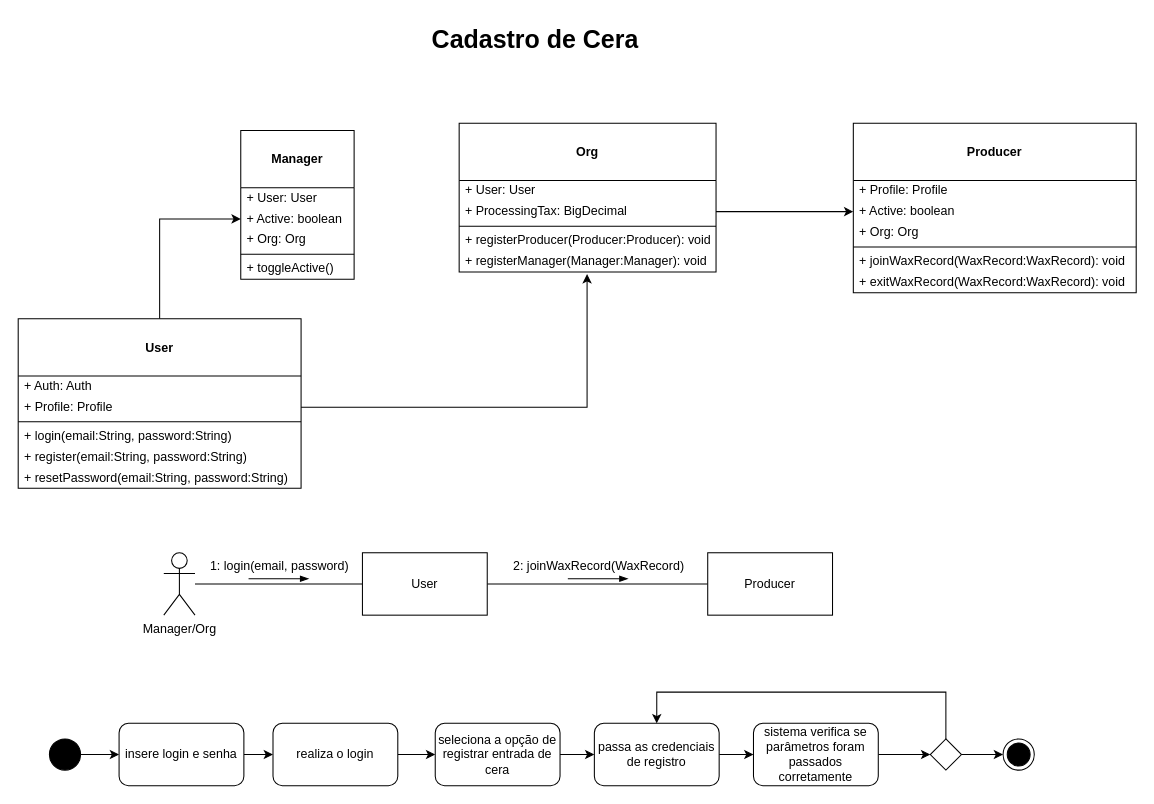
Earlier version of the draw.io diagram Diagrama sem nome.drawio (karolineSaraiva/Atividade-POO). Source tidied: cells renumbered, new cells numbered last; positions are measured from the earlier drawing's top-left corner, leaving out a move shared by most shapes. Both pictures are drawn from the tidied source at 104%, with x=0, y=0 at pixel (18, 18).
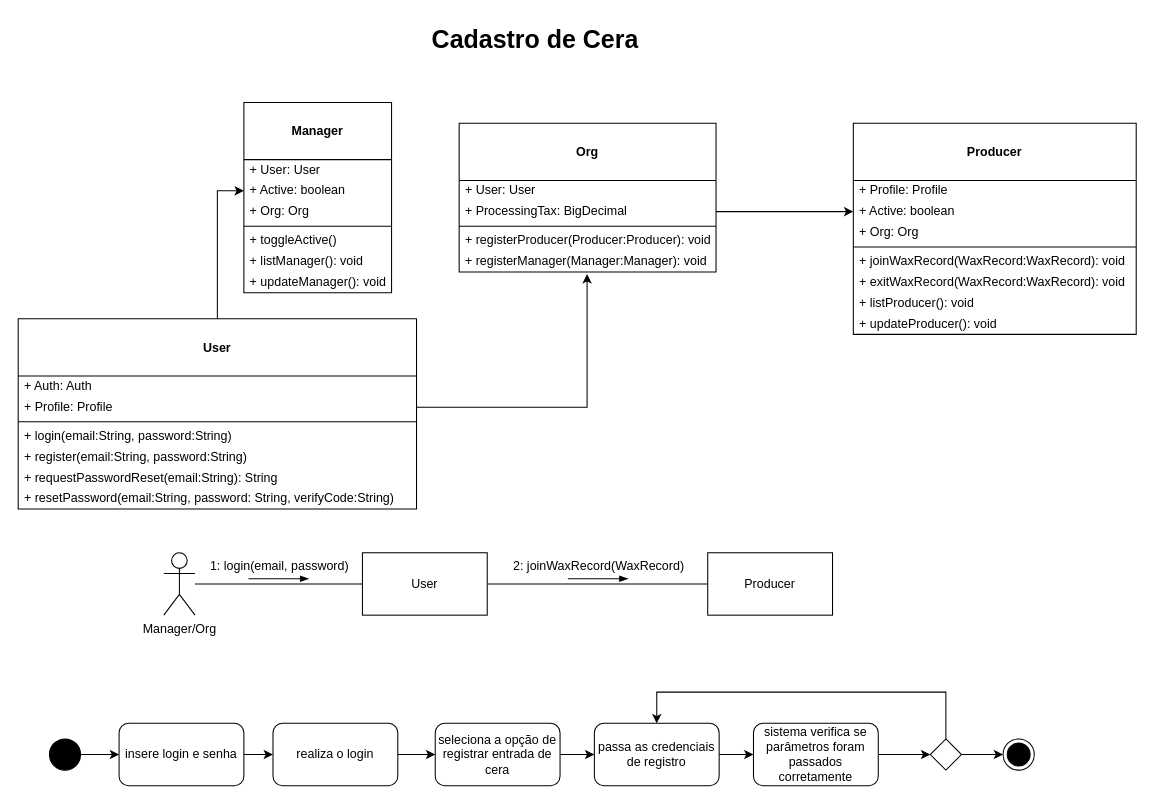
After the change.

The edit, as a diff of the source:
```diff
@@
     <mxCell id="29" value="&lt;br&gt;&lt;b&gt;User&lt;/b&gt;" style="swimlane;fontStyle=0;align=center;verticalAlign=top;horizontal=1;startSize=55;html=1;whiteSpace=wrap;" parent="1" vertex="1">
-      <mxGeometry y="289" width="272" height="163" as="geometry" />
+      <mxGeometry y="289" width="383" height="183" as="geometry" />
     </mxCell>
     <mxCell id="30" value="+ Auth: Auth" style="text;html=1;strokeColor=none;fillColor=none;align=left;verticalAlign=middle;spacingLeft=4;spacingRight=4;overflow=hidden;whiteSpace=wrap;" parent="29" vertex="1">
-      <mxGeometry y="55" width="272" height="20" as="geometry" />
+      <mxGeometry y="55" width="383" height="20" as="geometry" />
     </mxCell>
     <mxCell id="31" value="+ Profile: Profile" style="text;html=1;strokeColor=none;fillColor=none;align=left;verticalAlign=middle;spacingLeft=4;spacingRight=4;overflow=hidden;points=[[0,0.5],[1,0.5]];portConstraint=eastwest;whiteSpace=wrap;" parent="29" vertex="1">
-      <mxGeometry y="75" width="272" height="20" as="geometry" />
+      <mxGeometry y="75" width="383" height="20" as="geometry" />
     </mxCell>
     <mxCell id="32" style="line;strokeWidth=1;fillColor=none;align=left;verticalAlign=middle;spacingTop=-1;spacingLeft=3;spacingRight=3;labelPosition=right;" parent="29" vertex="1">
-      <mxGeometry y="95" width="272" height="8" as="geometry" />
+      <mxGeometry y="95" width="383" height="8" as="geometry" />
     </mxCell>
     <mxCell id="33" value="+ login(email:String, password:String)" style="text;html=1;strokeColor=none;fillColor=none;align=left;verticalAlign=middle;spacingLeft=4;spacingRight=4;overflow=hidden;whiteSpace=wrap;" parent="29" vertex="1">
-      <mxGeometry y="103" width="272" height="20" as="geometry" />
+      <mxGeometry y="103" width="383" height="20" as="geometry" />
     </mxCell>
     <mxCell id="34" value="+ register(email:String, password:String)" style="text;html=1;strokeColor=none;fillColor=none;align=left;verticalAlign=middle;spacingLeft=4;spacingRight=4;overflow=hidden;whiteSpace=wrap;" parent="29" vertex="1">
-      <mxGeometry y="123" width="272" height="20" as="geometry" />
+      <mxGeometry y="123" width="383" height="20" as="geometry" />
     </mxCell>
-    <mxCell id="35" value="+ resetPassword(email:String, password:String)" style="text;html=1;strokeColor=none;fillColor=none;align=left;verticalAlign=middle;spacingLeft=4;spacingRight=4;overflow=hidden;whiteSpace=wrap;" parent="29" vertex="1">
-      <mxGeometry y="143" width="272" height="20" as="geometry" />
-    </mxCell>
+    <mxCell id="57" value="+ requestPasswordReset(email:String): String" style="text;html=1;strokeColor=none;fillColor=none;align=left;verticalAlign=middle;spacingLeft=4;spacingRight=4;overflow=hidden;whiteSpace=wrap;" parent="29" vertex="1">
+      <mxGeometry y="143" width="383" height="20" as="geometry" />
+    </mxCell>
+    <mxCell id="58" value="+ resetPassword(email:String, password: String, verifyCode:String)" style="text;html=1;strokeColor=none;fillColor=none;align=left;verticalAlign=middle;spacingLeft=4;spacingRight=4;overflow=hidden;whiteSpace=wrap;" parent="29" vertex="1">
+      <mxGeometry y="163" width="383" height="20" as="geometry" />
+    </mxCell>
     <mxCell id="36" value="&lt;br&gt;&lt;b&gt;Manager&lt;/b&gt;" style="swimlane;fontStyle=0;align=center;verticalAlign=top;horizontal=1;startSize=55;html=1;whiteSpace=wrap;" parent="1" vertex="1">
-      <mxGeometry x="214" y="108" width="109" height="143" as="geometry" />
+      <mxGeometry x="217" y="81" width="142" height="183" as="geometry" />
     </mxCell>
     <mxCell id="37" value="+ User: User" style="text;html=1;strokeColor=none;fillColor=none;align=left;verticalAlign=middle;spacingLeft=4;spacingRight=4;overflow=hidden;whiteSpace=wrap;" parent="36" vertex="1">
-      <mxGeometry y="55" width="109" height="20" as="geometry" />
+      <mxGeometry y="55" width="142" height="20" as="geometry" />
     </mxCell>
     <mxCell id="38" value="+ Active: boolean" style="text;html=1;strokeColor=none;fillColor=none;align=left;verticalAlign=middle;spacingLeft=4;spacingRight=4;overflow=hidden;points=[[0,0.5],[1,0.5]];portConstraint=eastwest;whiteSpace=wrap;" parent="36" vertex="1">
-      <mxGeometry y="75" width="109" height="20" as="geometry" />
+      <mxGeometry y="75" width="142" height="20" as="geometry" />
     </mxCell>
     <mxCell id="39" value="+ Org: Org" style="text;html=1;strokeColor=none;fillColor=none;align=left;verticalAlign=middle;spacingLeft=4;spacingRight=4;overflow=hidden;whiteSpace=wrap;" parent="36" vertex="1">
-      <mxGeometry y="95" width="109" height="20" as="geometry" />
+      <mxGeometry y="95" width="142" height="20" as="geometry" />
     </mxCell>
     <mxCell id="40" style="line;strokeWidth=1;fillColor=none;align=left;verticalAlign=middle;spacingTop=-1;spacingLeft=3;spacingRight=3;labelPosition=right;" parent="36" vertex="1">
-      <mxGeometry y="115" width="109" height="8" as="geometry" />
+      <mxGeometry y="115" width="142" height="8" as="geometry" />
     </mxCell>
     <mxCell id="41" value="+ toggleActive()" style="text;html=1;strokeColor=none;fillColor=none;align=left;verticalAlign=middle;spacingLeft=4;spacingRight=4;overflow=hidden;whiteSpace=wrap;" parent="36" vertex="1">
-      <mxGeometry y="123" width="109" height="20" as="geometry" />
+      <mxGeometry y="123" width="142" height="20" as="geometry" />
     </mxCell>
+    <mxCell id="59" value="+ listManager(): void" style="text;html=1;strokeColor=none;fillColor=none;align=left;verticalAlign=middle;spacingLeft=4;spacingRight=4;overflow=hidden;whiteSpace=wrap;" parent="36" vertex="1">
+      <mxGeometry y="143" width="142" height="20" as="geometry" />
+    </mxCell>
+    <mxCell id="60" value="+ updateManager(): void" style="text;html=1;strokeColor=none;fillColor=none;align=left;verticalAlign=middle;spacingLeft=4;spacingRight=4;overflow=hidden;whiteSpace=wrap;" parent="36" vertex="1">
+      <mxGeometry y="163" width="142" height="20" as="geometry" />
+    </mxCell>
@@
     <mxCell id="48" value="&lt;br&gt;&lt;b&gt;Producer&lt;/b&gt;" style="swimlane;fontStyle=0;align=center;verticalAlign=top;horizontal=1;startSize=55;html=1;whiteSpace=wrap;" parent="1" vertex="1">
-      <mxGeometry x="803" y="101" width="272" height="163" as="geometry" />
+      <mxGeometry x="803" y="101" width="272" height="203" as="geometry" />
     </mxCell>
@@
+    <mxCell id="61" value="+ listProducer(): void" style="text;html=1;strokeColor=none;fillColor=none;align=left;verticalAlign=middle;spacingLeft=4;spacingRight=4;overflow=hidden;whiteSpace=wrap;" parent="48" vertex="1">
+      <mxGeometry y="163" width="272" height="20" as="geometry" />
+    </mxCell>
+    <mxCell id="62" value="+ updateProducer(): void" style="text;html=1;strokeColor=none;fillColor=none;align=left;verticalAlign=middle;spacingLeft=4;spacingRight=4;overflow=hidden;whiteSpace=wrap;" parent="48" vertex="1">
+      <mxGeometry y="183" width="272" height="20" as="geometry" />
+    </mxCell>
```
